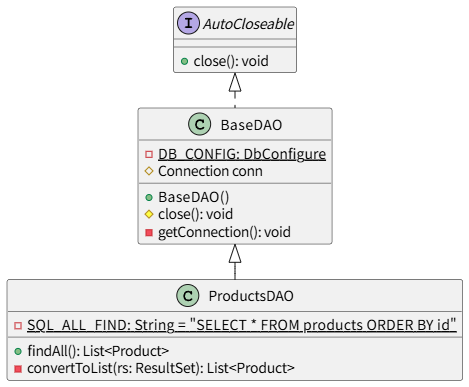
This is docs/tutorials/img/productdao.png from 612-teacher001/jbasic-dao-demo, a PlantUML export, as it was before one commit. Its source is kept beside it as docs/tutorials/dao/puml/productdao.puml.
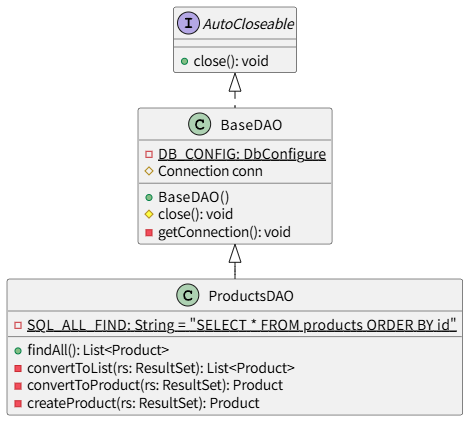
The same diagram one commit later.

Diff of the diagram source:
```diff
@@ -17,6 +17,8 @@
   {static} -SQL_ALL_FIND: String = "SELECT * FROM products ORDER BY id"
   {method} +findAll(): List<Product>
   {method} -convertToList(rs: ResultSet): List<Product>
+  {method} -convertToProduct(rs: ResultSet): Product
+  {method} -createProduct(rs: ResultSet): Product
 }
 
 AutoCloseable <|. BaseDAO
```
